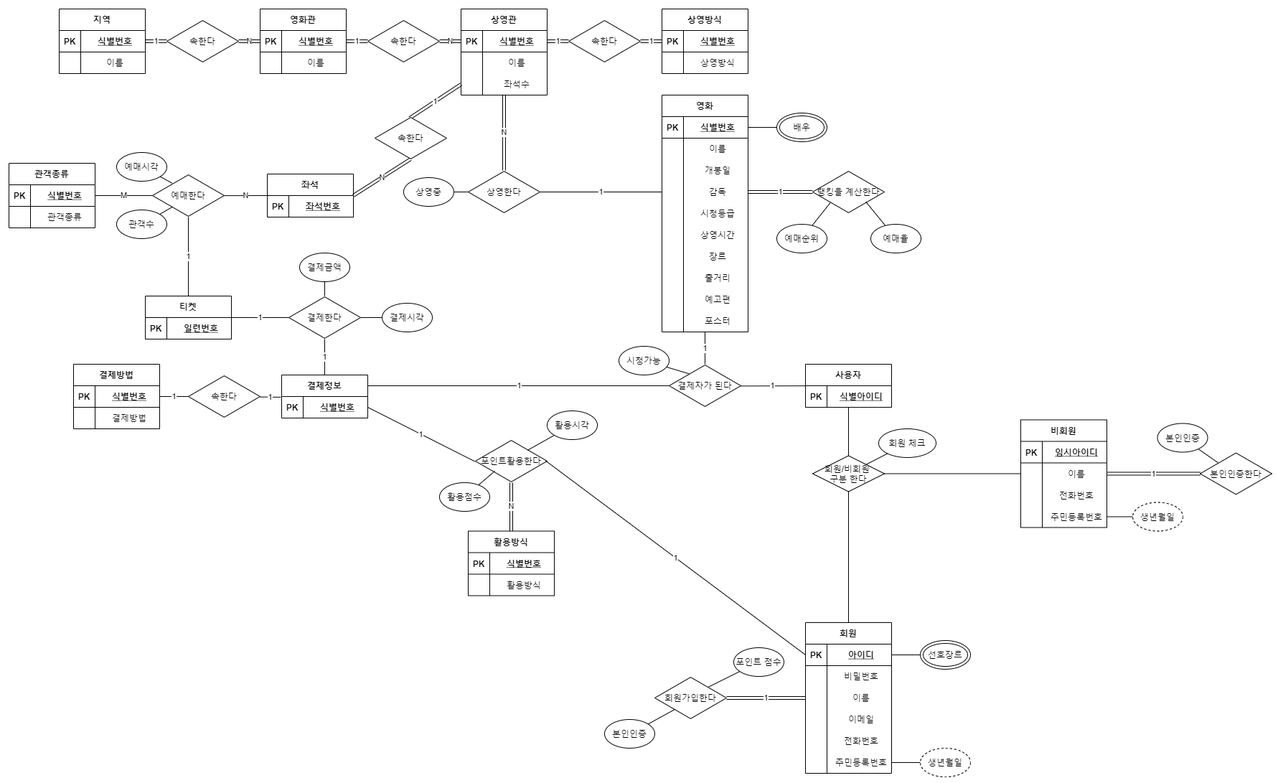
Earlier version of the draw.io export img/0513_step01.png (Cinema-System/My-Cinema). Source tidied: cells renumbered, new cells last; positions are measured from the earlier drawing's top-left corner, leaving out a move shared by most shapes.
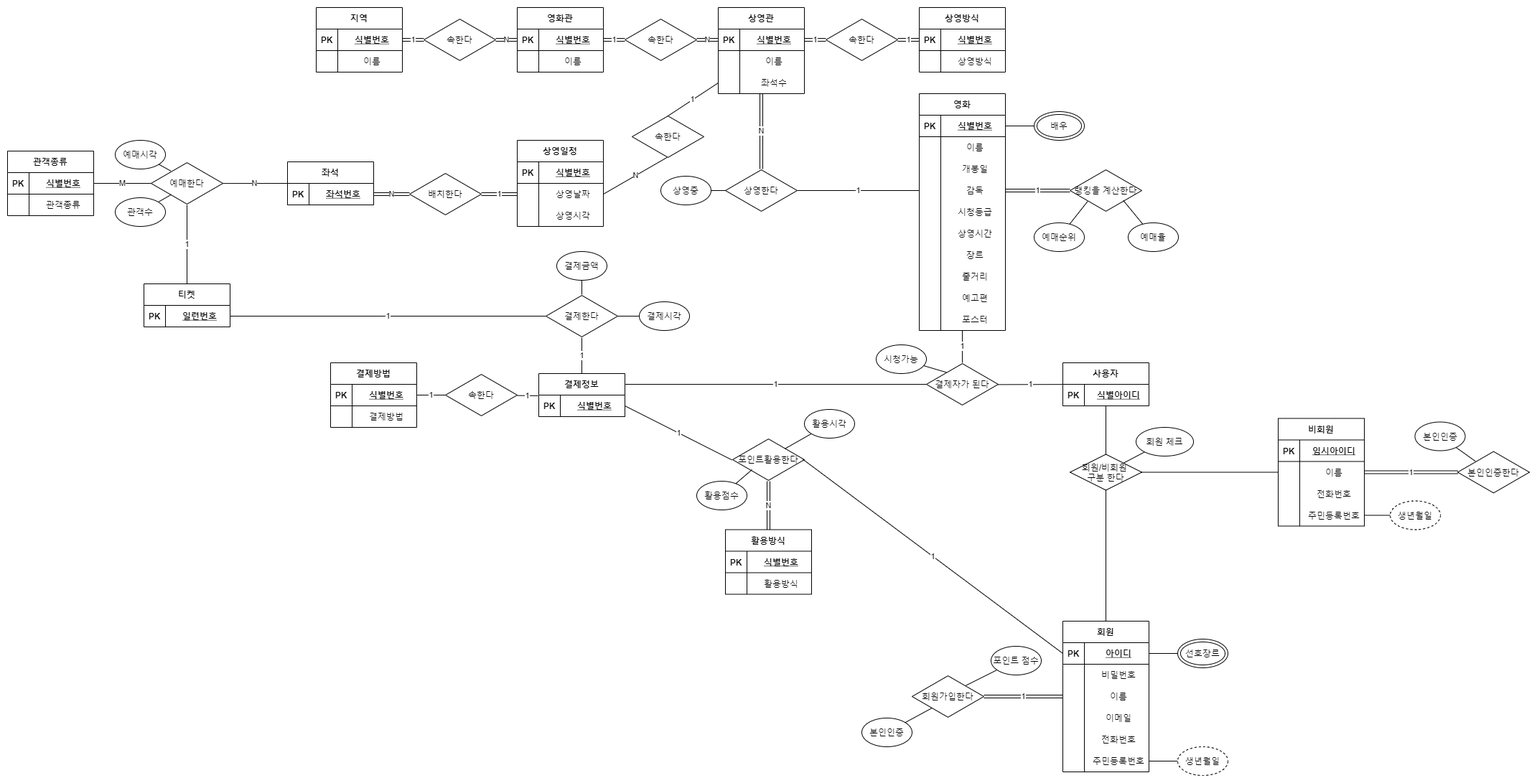
Above is the later version.

Change to the diagram source:
```diff
@@ -96,7 +96,7 @@
       <mxGeometry x="30" width="90" height="30" as="geometry" />
     </mxCell>
     <mxCell id="33" value="좌석" style="shape=table;startSize=30;rowLines=0;fontStyle=1;align=center;" parent="1" vertex="1">
-      <mxGeometry x="360" y="230" width="120" height="60" as="geometry" />
+      <mxGeometry x="30" y="215" width="120" height="60" as="geometry" />
     </mxCell>
     <mxCell id="34" style="shape=partialRectangle;fillColor=none;top=0;left=0;bottom=1;right=0;points=[[0,0.5],[1,0.5]];portConstraint=eastwest;align=center;" parent="33" vertex="1">
       <mxGeometry y="30" width="120" height="30" as="geometry" />
@@ -134,12 +134,12 @@
     <mxCell id="45" value="속한다" style="html=1;whiteSpace=wrap;shape=isoRectangle;align=center;" parent="1" vertex="1">
       <mxGeometry x="780" y="15" width="100" height="60" as="geometry" />
     </mxCell>
-    <mxCell id="46" value="1" style="edgeStyle=none;rounded=0;jettySize=auto;html=1;entryX=0;entryY=0.5;entryDx=0;entryDy=0;endArrow=none;endFill=0;strokeColor=#000000;exitX=0.485;exitY=0.034;exitDx=0;exitDy=0;exitPerimeter=0;shape=link;" parent="1" edge="1" source="48" target="23">
+    <mxCell id="46" value="1" style="edgeStyle=none;rounded=0;jettySize=auto;html=1;entryX=0;entryY=0.5;entryDx=0;entryDy=0;endArrow=none;endFill=0;strokeColor=#000000;exitX=0.485;exitY=0.034;exitDx=0;exitDy=0;exitPerimeter=0;" parent="1" edge="1" source="48" target="23">
       <mxGeometry relative="1" as="geometry" />
     </mxCell>
-    <mxCell id="47" value="N" style="edgeStyle=none;rounded=0;jettySize=auto;html=1;entryX=1;entryY=0.5;entryDx=0;entryDy=0;endArrow=none;endFill=0;strokeColor=#000000;exitX=0.497;exitY=0.987;exitDx=0;exitDy=0;exitPerimeter=0;shape=link;" parent="1" edge="1" source="48" target="33">
-      <mxGeometry relative="1" as="geometry" />
-    </mxCell>
+    <mxCell id="212" value="N" style="edgeStyle=none;rounded=0;jettySize=auto;html=1;entryX=1;entryY=0.5;entryDx=0;entryDy=0;endArrow=none;endFill=0;exitX=0.487;exitY=0.981;exitDx=0;exitDy=0;exitPerimeter=0;" parent="1" edge="1" source="48" target="217">
+      <mxGeometry relative="1" as="geometry" />
+    </mxCell>
     <mxCell id="48" value="속한다" style="html=1;whiteSpace=wrap;shape=isoRectangle;align=center;" parent="1" vertex="1">
       <mxGeometry x="510" y="150" width="100" height="60" as="geometry" />
     </mxCell>
@@ -153,16 +153,16 @@
       <mxGeometry relative="1" as="geometry" />
     </mxCell>
     <mxCell id="52" value="예매한다" style="html=1;whiteSpace=wrap;shape=isoRectangle;align=center;" parent="1" vertex="1">
-      <mxGeometry x="200" y="230" width="100" height="60" as="geometry" />
+      <mxGeometry x="-160" y="215" width="100" height="60" as="geometry" />
     </mxCell>
     <mxCell id="53" style="edgeStyle=none;rounded=0;jettySize=auto;html=1;entryX=0.28;entryY=0.761;entryDx=0;entryDy=0;entryPerimeter=0;endArrow=none;endFill=0;strokeColor=#000000;" parent="1" edge="1" source="54" target="52">
       <mxGeometry relative="1" as="geometry" />
     </mxCell>
     <mxCell id="54" value="관객수" style="ellipse;whiteSpace=wrap;html=1;align=center;" parent="1" vertex="1">
-      <mxGeometry x="150" y="280" width="70" height="40" as="geometry" />
+      <mxGeometry x="-210" y="265" width="70" height="40" as="geometry" />
     </mxCell>
     <mxCell id="55" value="관객종류" style="shape=table;startSize=30;rowLines=0;fontStyle=1;align=center;" parent="1" vertex="1">
-      <mxGeometry y="215" width="120" height="90" as="geometry" />
+      <mxGeometry x="-360" y="200" width="120" height="90" as="geometry" />
     </mxCell>
     <mxCell id="56" style="shape=partialRectangle;fillColor=none;top=0;left=0;bottom=1;right=0;points=[[0,0.5],[1,0.5]];portConstraint=eastwest;align=center;" parent="55" vertex="1">
       <mxGeometry y="30" width="120" height="30" as="geometry" />
@@ -186,10 +186,10 @@
       <mxGeometry relative="1" as="geometry" />
     </mxCell>
     <mxCell id="63" value="예매시각" style="ellipse;whiteSpace=wrap;html=1;align=center;" parent="1" vertex="1">
-      <mxGeometry x="150" y="200" width="70" height="40" as="geometry" />
+      <mxGeometry x="-210" y="185" width="70" height="40" as="geometry" />
     </mxCell>
     <mxCell id="64" value="티켓" style="shape=table;startSize=30;rowLines=0;fontStyle=1;align=center;" parent="1" vertex="1">
-      <mxGeometry x="190" y="400" width="120" height="60" as="geometry" />
+      <mxGeometry x="-170" y="385" width="120" height="60" as="geometry" />
     </mxCell>
     <mxCell id="65" style="shape=partialRectangle;fillColor=none;top=0;left=0;bottom=1;right=0;points=[[0,0.5],[1,0.5]];portConstraint=eastwest;align=center;" parent="64" vertex="1">
       <mxGeometry y="30" width="120" height="30" as="geometry" />
@@ -200,10 +200,8 @@
     <mxCell id="67" value="일련번호" style="shape=partialRectangle;fillColor=none;top=0;left=0;bottom=0;right=0;align=center;spacingLeft=6;fontStyle=5;overflow=hidden;" parent="65" vertex="1">
       <mxGeometry x="30" width="90" height="30" as="geometry" />
     </mxCell>
-    <mxCell id="68" value="1" style="edgeStyle=none;rounded=0;jettySize=auto;html=1;endArrow=none;endFill=0;strokeColor=#000000;" parent="1" edge="1" source="71">
-      <mxGeometry relative="1" as="geometry">
-        <mxPoint x="310" y="430" as="targetPoint" />
-      </mxGeometry>
+    <mxCell id="68" value="1" style="edgeStyle=none;rounded=0;jettySize=auto;html=1;endArrow=none;endFill=0;strokeColor=#000000;" parent="1" edge="1" source="71" target="65">
+      <mxGeometry relative="1" as="geometry" />
     </mxCell>
     <mxCell id="69" value="1" style="edgeStyle=none;rounded=0;jettySize=auto;html=1;endArrow=none;endFill=0;strokeColor=#000000;" parent="1" edge="1" source="71" target="75">
       <mxGeometry relative="1" as="geometry" />
@@ -636,5 +634,44 @@
     <mxCell id="211" value="활용방식" style="shape=partialRectangle;fillColor=none;top=0;left=0;bottom=0;right=0;align=center;spacingLeft=6;overflow=hidden;" parent="209" vertex="1">
       <mxGeometry x="30" width="90" height="30" as="geometry" />
     </mxCell>
+    <mxCell id="213" value="상영일정" style="shape=table;startSize=30;rowLines=0;fontStyle=1;align=center;" parent="1" vertex="1">
+      <mxGeometry x="350" y="185" width="120" height="120" as="geometry" />
+    </mxCell>
+    <mxCell id="214" style="shape=partialRectangle;fillColor=none;top=0;left=0;bottom=1;right=0;align=center;" parent="213" vertex="1">
+      <mxGeometry y="30" width="120" height="30" as="geometry" />
+    </mxCell>
+    <mxCell id="215" value="PK" style="shape=partialRectangle;fillColor=none;top=0;left=0;bottom=0;right=0;fontStyle=1;overflow=hidden;align=center;" parent="214" vertex="1">
+      <mxGeometry width="30" height="30" as="geometry" />
+    </mxCell>
+    <mxCell id="216" value="식별번호" style="shape=partialRectangle;fillColor=none;top=0;left=0;bottom=0;right=0;align=center;spacingLeft=6;fontStyle=5;overflow=hidden;" parent="214" vertex="1">
+      <mxGeometry x="30" width="90" height="30" as="geometry" />
+    </mxCell>
+    <mxCell id="217" style="shape=partialRectangle;fillColor=none;top=0;left=0;bottom=0;right=0;points=[[0,0.5],[1,0.5]];portConstraint=eastwest;align=center;" parent="213" vertex="1">
+      <mxGeometry y="60" width="120" height="30" as="geometry" />
+    </mxCell>
+    <mxCell id="218" style="shape=partialRectangle;fillColor=none;top=0;left=0;bottom=0;right=0;overflow=hidden;align=center;" parent="217" vertex="1">
+      <mxGeometry width="30" height="30" as="geometry" />
+    </mxCell>
+    <mxCell id="219" value="상영날짜" style="shape=partialRectangle;fillColor=none;top=0;left=0;bottom=0;right=0;align=center;spacingLeft=6;overflow=hidden;" parent="217" vertex="1">
+      <mxGeometry x="30" width="90" height="30" as="geometry" />
+    </mxCell>
+    <mxCell id="220" style="shape=partialRectangle;fillColor=none;top=0;left=0;bottom=0;right=0;align=center;" parent="213" vertex="1">
+      <mxGeometry y="90" width="120" height="30" as="geometry" />
+    </mxCell>
+    <mxCell id="221" style="shape=partialRectangle;fillColor=none;top=0;left=0;bottom=0;right=0;overflow=hidden;align=center;" parent="220" vertex="1">
+      <mxGeometry width="30" height="30" as="geometry" />
+    </mxCell>
+    <mxCell id="222" value="상영시각" style="shape=partialRectangle;fillColor=none;top=0;left=0;bottom=0;right=0;align=center;spacingLeft=6;overflow=hidden;" parent="220" vertex="1">
+      <mxGeometry x="30" width="90" height="30" as="geometry" />
+    </mxCell>
+    <mxCell id="223" value="1" style="edgeStyle=none;shape=link;rounded=0;jettySize=auto;html=1;entryX=0;entryY=0.5;entryDx=0;entryDy=0;endArrow=none;endFill=0;" parent="1" edge="1" source="225" target="217">
+      <mxGeometry relative="1" as="geometry" />
+    </mxCell>
+    <mxCell id="224" value="N" style="edgeStyle=none;shape=link;rounded=0;jettySize=auto;html=1;entryX=1;entryY=0.5;entryDx=0;entryDy=0;endArrow=none;endFill=0;" parent="1" edge="1" source="225" target="34">
+      <mxGeometry relative="1" as="geometry" />
+    </mxCell>
+    <mxCell id="225" value="배치한다" style="html=1;whiteSpace=wrap;shape=isoRectangle;align=center;" parent="1" vertex="1">
+      <mxGeometry x="200" y="230" width="100" height="60" as="geometry" />
+    </mxCell>
   </root>
 </mxGraphModel>
```
